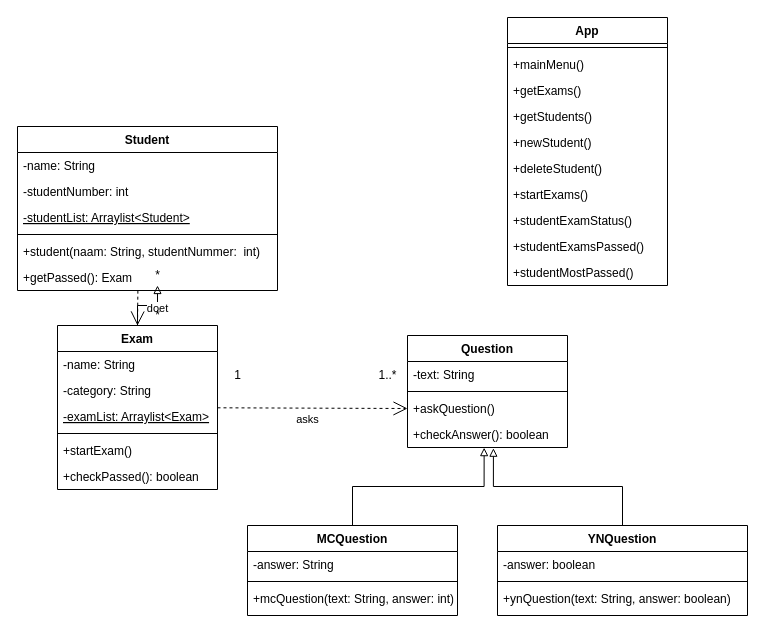
Before: UML.drawio in Studeeric/proj1, a draw.io diagram. Source tidied: cells renumbered, new cells numbered last; positions are measured from the earlier drawing's top-left corner, leaving out a move shared by most shapes. Both pictures are drawn from the tidied source at 100%, with x=0, y=0 at pixel (17, 17).
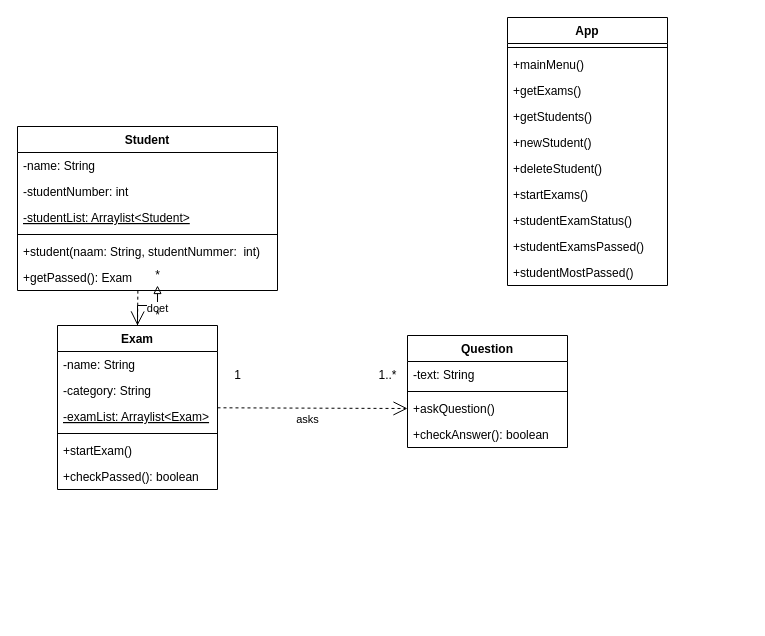
The same diagram, later.

The change refers to these unchanged cells:
```xml
<mxCell id="32" value="+checkAnswer(): boolean&#10;" style="text;strokeColor=none;fillColor=none;align=left;verticalAlign=top;spacingLeft=4;spacingRight=4;overflow=hidden;points=[[0,0.5],[1,0.5]];portConstraint=eastwest;" parent="28" vertex="1">
  <mxGeometry y="86" width="160" height="26" as="geometry" />
</mxCell>
```

The edit, as a diff of the source:
```diff
@@
-    <mxCell id="39" style="edgeStyle=orthogonalEdgeStyle;rounded=0;jettySize=auto;html=1;exitX=0.5;exitY=0;exitDx=0;exitDy=0;entryX=0.479;entryY=1.005;entryDx=0;entryDy=0;entryPerimeter=0;endArrow=block;endFill=0;" parent="1" edge="1" source="40" target="32">
-      <mxGeometry relative="1" as="geometry" />
-    </mxCell>
-    <mxCell id="40" value="MCQuestion" style="swimlane;fontStyle=1;align=center;verticalAlign=top;horizontal=1;startSize=26;" parent="1" vertex="1">
-      <mxGeometry x="230" y="508" width="210" height="90" as="geometry" />
-    </mxCell>
-    <mxCell id="41" value="-answer: String" style="text;strokeColor=none;fillColor=none;align=left;verticalAlign=top;spacingLeft=4;spacingRight=4;overflow=hidden;" parent="40" vertex="1">
-      <mxGeometry y="26" width="210" height="26" as="geometry" />
-    </mxCell>
-    <mxCell id="42" style="line;strokeWidth=1;fillColor=none;align=left;verticalAlign=middle;spacingTop=-1;spacingLeft=3;spacingRight=3;labelPosition=right;" parent="40" vertex="1">
-      <mxGeometry y="52" width="210" height="8" as="geometry" />
-    </mxCell>
-    <mxCell id="43" value="+mcQuestion(text: String, answer: int)" style="text;strokeColor=none;fillColor=none;align=left;verticalAlign=top;spacingLeft=4;spacingRight=4;overflow=hidden;" parent="40" vertex="1">
-      <mxGeometry y="60" width="210" height="30" as="geometry" />
-    </mxCell>
-    <mxCell id="44" style="edgeStyle=orthogonalEdgeStyle;rounded=0;jettySize=auto;html=1;exitX=0.5;exitY=0;exitDx=0;exitDy=0;entryX=0.537;entryY=1.027;entryDx=0;entryDy=0;entryPerimeter=0;endArrow=block;endFill=0;" parent="1" edge="1" source="45" target="32">
-      <mxGeometry relative="1" as="geometry" />
-    </mxCell>
-    <mxCell id="45" value="YNQuestion" style="swimlane;fontStyle=1;align=center;verticalAlign=top;horizontal=1;startSize=26;" parent="1" vertex="1">
-      <mxGeometry x="480" y="508" width="250" height="90" as="geometry" />
-    </mxCell>
-    <mxCell id="46" value="-answer: boolean" style="text;strokeColor=none;fillColor=none;align=left;verticalAlign=top;spacingLeft=4;spacingRight=4;overflow=hidden;" parent="45" vertex="1">
-      <mxGeometry y="26" width="250" height="26" as="geometry" />
-    </mxCell>
-    <mxCell id="47" style="line;strokeWidth=1;fillColor=none;align=left;verticalAlign=middle;spacingTop=-1;spacingLeft=3;spacingRight=3;labelPosition=right;" parent="45" vertex="1">
-      <mxGeometry y="52" width="250" height="8" as="geometry" />
-    </mxCell>
-    <mxCell id="48" value="+ynQuestion(text: String, answer: boolean)" style="text;strokeColor=none;fillColor=none;align=left;verticalAlign=top;spacingLeft=4;spacingRight=4;overflow=hidden;" parent="45" vertex="1">
-      <mxGeometry y="60" width="250" height="30" as="geometry" />
-    </mxCell>
```
